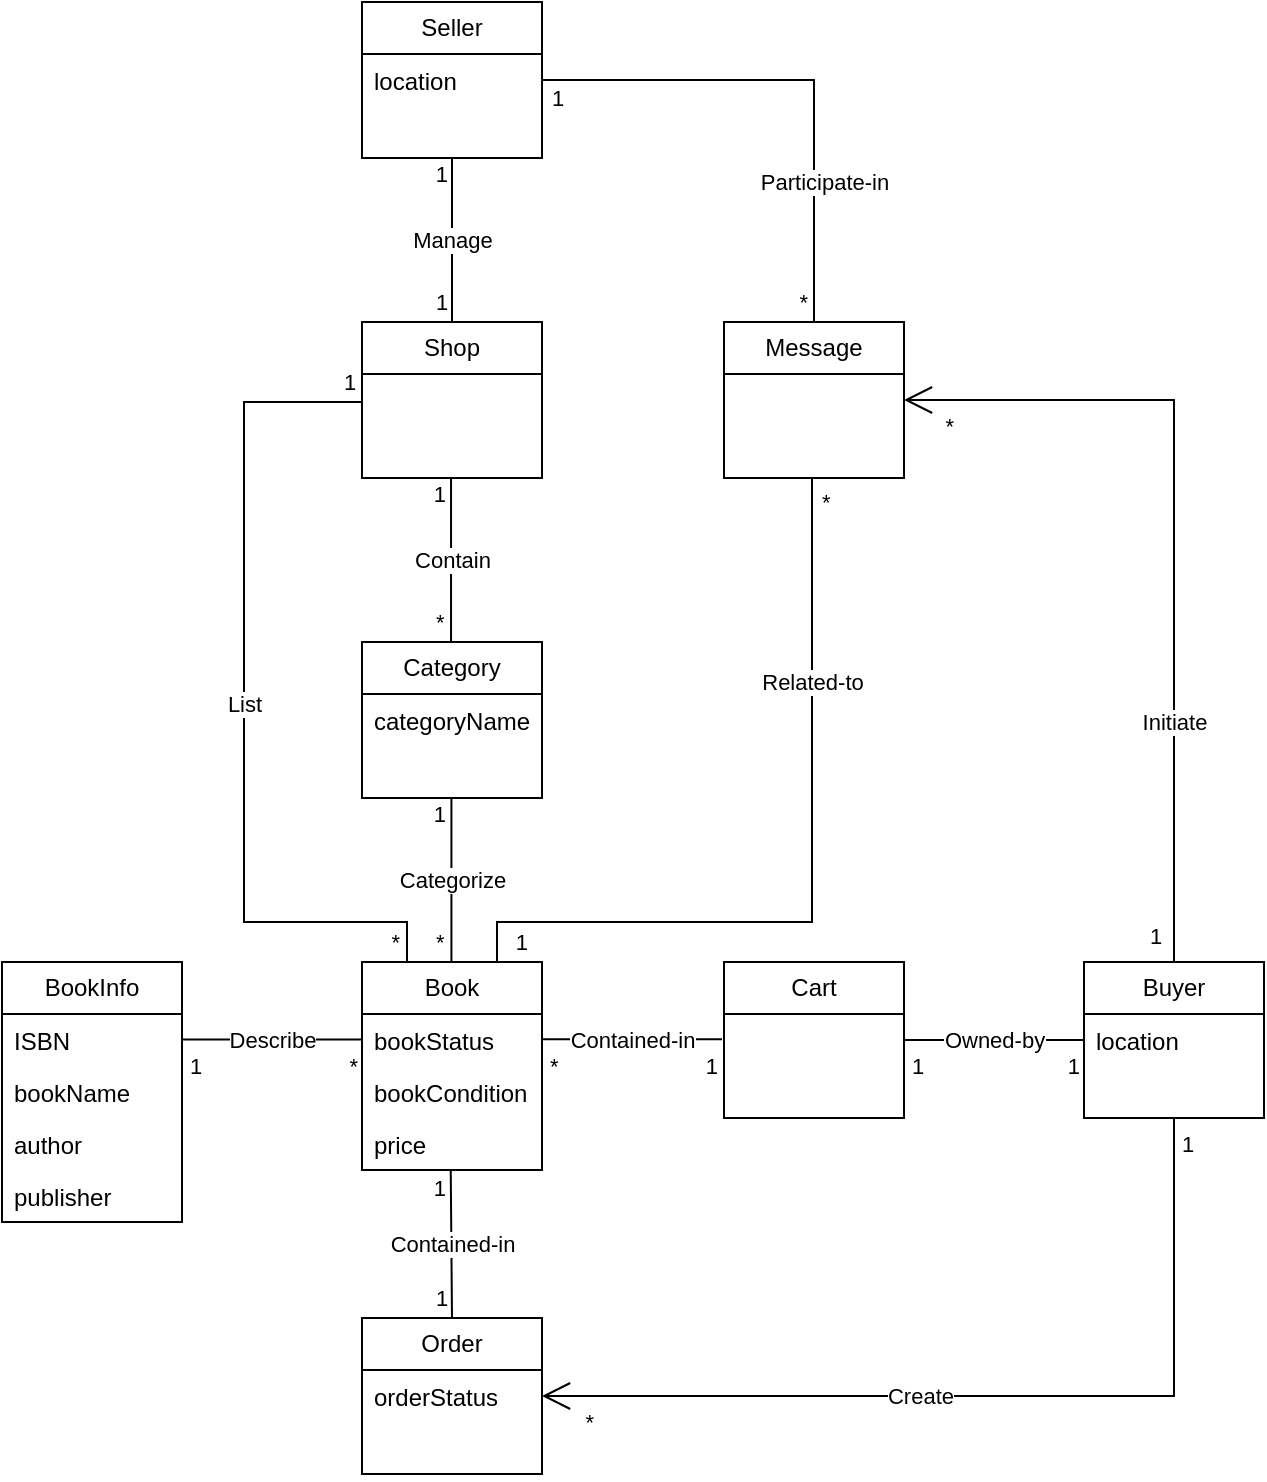
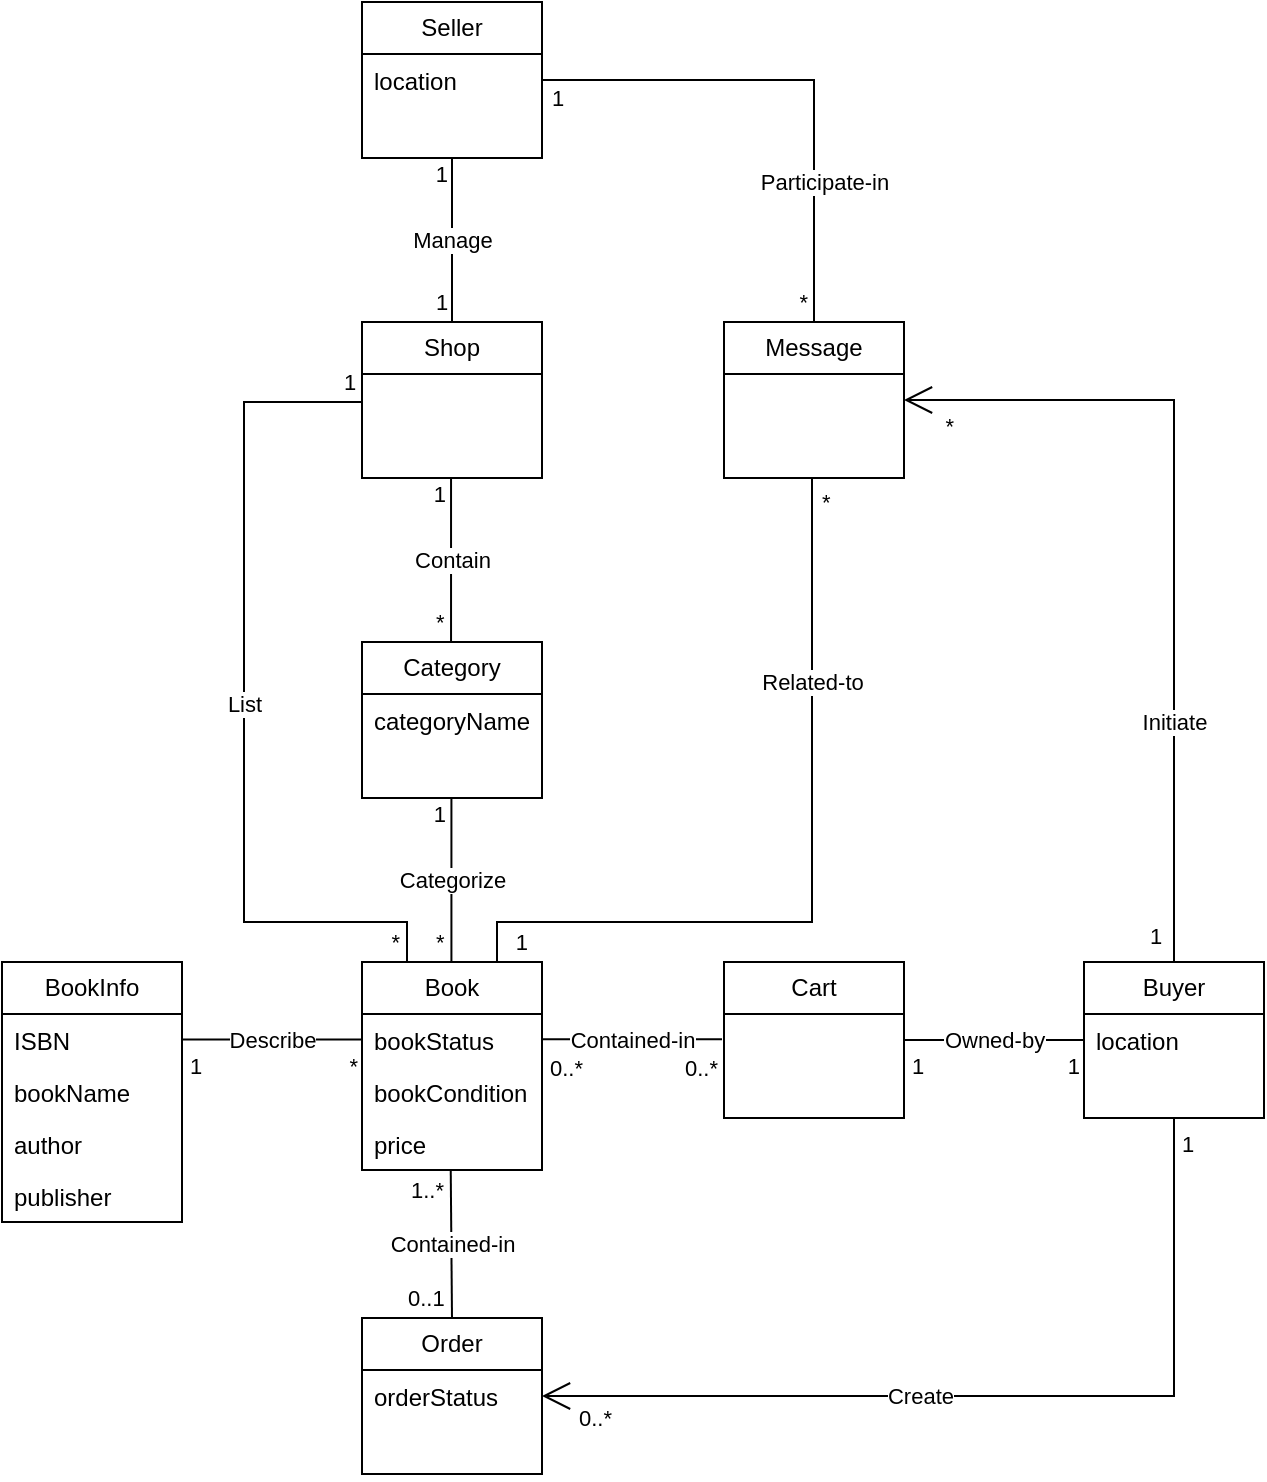
<mxfile host="app.diagrams.net">
  <diagram name="第 1 页" id="RCAoNjRS01Z3lIfcbTOO">
-     <mxGraphModel grid="1" page="1" gridSize="10" guides="1" tooltips="1" connect="1" arrows="1" fold="1" pageScale="1" pageWidth="827" pageHeight="1169" math="0" shadow="0">
+     <mxGraphModel dx="796" dy="497" grid="1" gridSize="10" guides="1" tooltips="1" connect="1" arrows="1" fold="1" page="1" pageScale="1" pageWidth="827" pageHeight="1169" math="0" shadow="0">
      <root>
        <mxCell id="0" />
        <mxCell id="1" parent="0" />
        <mxCell id="iLEGEHv-uXXGgKctzIfk-14" parent="1" style="swimlane;fontStyle=0;childLayout=stackLayout;horizontal=1;startSize=26;fillColor=none;horizontalStack=0;resizeParent=1;resizeParentMax=0;resizeLast=0;collapsible=1;marginBottom=0;whiteSpace=wrap;html=1;container=0;" value="Buyer" vertex="1">
          <mxGeometry height="78" width="90" x="680" y="520" as="geometry" />
        </mxCell>
        <mxCell id="iLEGEHv-uXXGgKctzIfk-127" parent="iLEGEHv-uXXGgKctzIfk-14" style="text;strokeColor=none;fillColor=none;align=left;verticalAlign=top;spacingLeft=4;spacingRight=4;overflow=hidden;rotatable=0;points=[[0,0.5],[1,0.5]];portConstraint=eastwest;whiteSpace=wrap;html=1;" value="location" vertex="1">
          <mxGeometry height="26" width="90" y="26" as="geometry" />
        </mxCell>
        <mxCell id="iLEGEHv-uXXGgKctzIfk-128" parent="iLEGEHv-uXXGgKctzIfk-14" style="text;strokeColor=none;fillColor=none;align=left;verticalAlign=top;spacingLeft=4;spacingRight=4;overflow=hidden;rotatable=0;points=[[0,0.5],[1,0.5]];portConstraint=eastwest;whiteSpace=wrap;html=1;" value="&amp;nbsp;" vertex="1">
          <mxGeometry height="26" width="90" y="52" as="geometry" />
        </mxCell>
        <mxCell id="iLEGEHv-uXXGgKctzIfk-17" parent="1" style="swimlane;fontStyle=0;childLayout=stackLayout;horizontal=1;startSize=26;fillColor=none;horizontalStack=0;resizeParent=1;resizeParentMax=0;resizeLast=0;collapsible=1;marginBottom=0;whiteSpace=wrap;html=1;" value="Book" vertex="1">
          <mxGeometry height="104" width="90" x="319" y="520" as="geometry" />
        </mxCell>
        <mxCell id="iLEGEHv-uXXGgKctzIfk-18" parent="iLEGEHv-uXXGgKctzIfk-17" style="text;strokeColor=none;fillColor=none;align=left;verticalAlign=top;spacingLeft=4;spacingRight=4;overflow=hidden;rotatable=0;points=[[0,0.5],[1,0.5]];portConstraint=eastwest;whiteSpace=wrap;html=1;" value="bookStatus" vertex="1">
          <mxGeometry height="26" width="90" y="26" as="geometry" />
        </mxCell>
        <mxCell id="iLEGEHv-uXXGgKctzIfk-19" parent="iLEGEHv-uXXGgKctzIfk-17" style="text;strokeColor=none;fillColor=none;align=left;verticalAlign=top;spacingLeft=4;spacingRight=4;overflow=hidden;rotatable=0;points=[[0,0.5],[1,0.5]];portConstraint=eastwest;whiteSpace=wrap;html=1;" value="bookCondition" vertex="1">
          <mxGeometry height="26" width="90" y="52" as="geometry" />
        </mxCell>
        <mxCell id="iLEGEHv-uXXGgKctzIfk-129" parent="iLEGEHv-uXXGgKctzIfk-17" style="text;strokeColor=none;fillColor=none;align=left;verticalAlign=top;spacingLeft=4;spacingRight=4;overflow=hidden;rotatable=0;points=[[0,0.5],[1,0.5]];portConstraint=eastwest;whiteSpace=wrap;html=1;" value="price" vertex="1">
          <mxGeometry height="26" width="90" y="78" as="geometry" />
        </mxCell>
        <mxCell id="iLEGEHv-uXXGgKctzIfk-20" parent="1" style="swimlane;fontStyle=0;childLayout=stackLayout;horizontal=1;startSize=26;fillColor=none;horizontalStack=0;resizeParent=1;resizeParentMax=0;resizeLast=0;collapsible=1;marginBottom=0;whiteSpace=wrap;html=1;" value="BookInfo" vertex="1">
          <mxGeometry height="130" width="90" x="139" y="520" as="geometry" />
        </mxCell>
        <mxCell id="iLEGEHv-uXXGgKctzIfk-21" parent="iLEGEHv-uXXGgKctzIfk-20" style="text;strokeColor=none;fillColor=none;align=left;verticalAlign=top;spacingLeft=4;spacingRight=4;overflow=hidden;rotatable=0;points=[[0,0.5],[1,0.5]];portConstraint=eastwest;whiteSpace=wrap;html=1;" value="ISBN" vertex="1">
          <mxGeometry height="26" width="90" y="26" as="geometry" />
        </mxCell>
        <mxCell id="iLEGEHv-uXXGgKctzIfk-22" parent="iLEGEHv-uXXGgKctzIfk-20" style="text;strokeColor=none;fillColor=none;align=left;verticalAlign=top;spacingLeft=4;spacingRight=4;overflow=hidden;rotatable=0;points=[[0,0.5],[1,0.5]];portConstraint=eastwest;whiteSpace=wrap;html=1;" value="bookName" vertex="1">
          <mxGeometry height="26" width="90" y="52" as="geometry" />
        </mxCell>
        <mxCell id="iLEGEHv-uXXGgKctzIfk-130" parent="iLEGEHv-uXXGgKctzIfk-20" style="text;strokeColor=none;fillColor=none;align=left;verticalAlign=top;spacingLeft=4;spacingRight=4;overflow=hidden;rotatable=0;points=[[0,0.5],[1,0.5]];portConstraint=eastwest;whiteSpace=wrap;html=1;" value="author" vertex="1">
          <mxGeometry height="26" width="90" y="78" as="geometry" />
        </mxCell>
        <mxCell id="iLEGEHv-uXXGgKctzIfk-131" parent="iLEGEHv-uXXGgKctzIfk-20" style="text;strokeColor=none;fillColor=none;align=left;verticalAlign=top;spacingLeft=4;spacingRight=4;overflow=hidden;rotatable=0;points=[[0,0.5],[1,0.5]];portConstraint=eastwest;whiteSpace=wrap;html=1;" value="publisher" vertex="1">
          <mxGeometry height="26" width="90" y="104" as="geometry" />
        </mxCell>
        <mxCell id="iLEGEHv-uXXGgKctzIfk-23" parent="1" style="swimlane;fontStyle=0;childLayout=stackLayout;horizontal=1;startSize=26;fillColor=none;horizontalStack=0;resizeParent=1;resizeParentMax=0;resizeLast=0;collapsible=1;marginBottom=0;whiteSpace=wrap;html=1;" value="Message" vertex="1">
          <mxGeometry height="78" width="90" x="500" y="200" as="geometry" />
        </mxCell>
        <mxCell id="iLEGEHv-uXXGgKctzIfk-24" parent="iLEGEHv-uXXGgKctzIfk-23" style="text;strokeColor=none;fillColor=none;align=left;verticalAlign=top;spacingLeft=4;spacingRight=4;overflow=hidden;rotatable=0;points=[[0,0.5],[1,0.5]];portConstraint=eastwest;whiteSpace=wrap;html=1;" value="&amp;nbsp;" vertex="1">
          <mxGeometry height="26" width="90" y="26" as="geometry" />
        </mxCell>
        <mxCell id="iLEGEHv-uXXGgKctzIfk-25" parent="iLEGEHv-uXXGgKctzIfk-23" style="text;strokeColor=none;fillColor=none;align=left;verticalAlign=top;spacingLeft=4;spacingRight=4;overflow=hidden;rotatable=0;points=[[0,0.5],[1,0.5]];portConstraint=eastwest;whiteSpace=wrap;html=1;" value="&amp;nbsp;" vertex="1">
          <mxGeometry height="26" width="90" y="52" as="geometry" />
        </mxCell>
        <mxCell id="iLEGEHv-uXXGgKctzIfk-26" parent="1" style="swimlane;fontStyle=0;childLayout=stackLayout;horizontal=1;startSize=26;fillColor=none;horizontalStack=0;resizeParent=1;resizeParentMax=0;resizeLast=0;collapsible=1;marginBottom=0;whiteSpace=wrap;html=1;" value="Shop" vertex="1">
          <mxGeometry height="78" width="90" x="319" y="200" as="geometry" />
        </mxCell>
        <mxCell id="iLEGEHv-uXXGgKctzIfk-27" parent="iLEGEHv-uXXGgKctzIfk-26" style="text;strokeColor=none;fillColor=none;align=left;verticalAlign=top;spacingLeft=4;spacingRight=4;overflow=hidden;rotatable=0;points=[[0,0.5],[1,0.5]];portConstraint=eastwest;whiteSpace=wrap;html=1;" value="&amp;nbsp;" vertex="1">
          <mxGeometry height="26" width="90" y="26" as="geometry" />
        </mxCell>
        <mxCell id="iLEGEHv-uXXGgKctzIfk-28" parent="iLEGEHv-uXXGgKctzIfk-26" style="text;strokeColor=none;fillColor=none;align=left;verticalAlign=top;spacingLeft=4;spacingRight=4;overflow=hidden;rotatable=0;points=[[0,0.5],[1,0.5]];portConstraint=eastwest;whiteSpace=wrap;html=1;" value="&amp;nbsp;" vertex="1">
          <mxGeometry height="26" width="90" y="52" as="geometry" />
        </mxCell>
        <mxCell id="iLEGEHv-uXXGgKctzIfk-29" parent="1" style="swimlane;fontStyle=0;childLayout=stackLayout;horizontal=1;startSize=26;fillColor=none;horizontalStack=0;resizeParent=1;resizeParentMax=0;resizeLast=0;collapsible=1;marginBottom=0;whiteSpace=wrap;html=1;" value="Category" vertex="1">
          <mxGeometry height="78" width="90" x="319" y="360" as="geometry" />
        </mxCell>
        <mxCell id="iLEGEHv-uXXGgKctzIfk-30" parent="iLEGEHv-uXXGgKctzIfk-29" style="text;strokeColor=none;fillColor=none;align=left;verticalAlign=top;spacingLeft=4;spacingRight=4;overflow=hidden;rotatable=0;points=[[0,0.5],[1,0.5]];portConstraint=eastwest;whiteSpace=wrap;html=1;" value="categoryName" vertex="1">
          <mxGeometry height="26" width="90" y="26" as="geometry" />
        </mxCell>
        <mxCell id="iLEGEHv-uXXGgKctzIfk-31" parent="iLEGEHv-uXXGgKctzIfk-29" style="text;strokeColor=none;fillColor=none;align=left;verticalAlign=top;spacingLeft=4;spacingRight=4;overflow=hidden;rotatable=0;points=[[0,0.5],[1,0.5]];portConstraint=eastwest;whiteSpace=wrap;html=1;" value="&amp;nbsp;" vertex="1">
          <mxGeometry height="26" width="90" y="52" as="geometry" />
        </mxCell>
        <mxCell id="iLEGEHv-uXXGgKctzIfk-32" parent="1" style="swimlane;fontStyle=0;childLayout=stackLayout;horizontal=1;startSize=26;fillColor=none;horizontalStack=0;resizeParent=1;resizeParentMax=0;resizeLast=0;collapsible=1;marginBottom=0;whiteSpace=wrap;html=1;" value="Cart" vertex="1">
          <mxGeometry height="78" width="90" x="500" y="520" as="geometry" />
        </mxCell>
        <mxCell id="iLEGEHv-uXXGgKctzIfk-33" parent="iLEGEHv-uXXGgKctzIfk-32" style="text;strokeColor=none;fillColor=none;align=left;verticalAlign=top;spacingLeft=4;spacingRight=4;overflow=hidden;rotatable=0;points=[[0,0.5],[1,0.5]];portConstraint=eastwest;whiteSpace=wrap;html=1;" value="&amp;nbsp;" vertex="1">
          <mxGeometry height="26" width="90" y="26" as="geometry" />
        </mxCell>
        <mxCell id="iLEGEHv-uXXGgKctzIfk-34" parent="iLEGEHv-uXXGgKctzIfk-32" style="text;strokeColor=none;fillColor=none;align=left;verticalAlign=top;spacingLeft=4;spacingRight=4;overflow=hidden;rotatable=0;points=[[0,0.5],[1,0.5]];portConstraint=eastwest;whiteSpace=wrap;html=1;" value="&amp;nbsp;" vertex="1">
          <mxGeometry height="26" width="90" y="52" as="geometry" />
        </mxCell>
        <mxCell id="iLEGEHv-uXXGgKctzIfk-35" parent="1" style="swimlane;fontStyle=0;childLayout=stackLayout;horizontal=1;startSize=26;fillColor=none;horizontalStack=0;resizeParent=1;resizeParentMax=0;resizeLast=0;collapsible=1;marginBottom=0;whiteSpace=wrap;html=1;" value="Order" vertex="1">
          <mxGeometry height="78" width="90" x="319" y="698" as="geometry" />
        </mxCell>
        <mxCell id="iLEGEHv-uXXGgKctzIfk-36" parent="iLEGEHv-uXXGgKctzIfk-35" style="text;strokeColor=none;fillColor=none;align=left;verticalAlign=top;spacingLeft=4;spacingRight=4;overflow=hidden;rotatable=0;points=[[0,0.5],[1,0.5]];portConstraint=eastwest;whiteSpace=wrap;html=1;" value="orderStatus" vertex="1">
          <mxGeometry height="26" width="90" y="26" as="geometry" />
        </mxCell>
        <mxCell id="iLEGEHv-uXXGgKctzIfk-37" parent="iLEGEHv-uXXGgKctzIfk-35" style="text;strokeColor=none;fillColor=none;align=left;verticalAlign=top;spacingLeft=4;spacingRight=4;overflow=hidden;rotatable=0;points=[[0,0.5],[1,0.5]];portConstraint=eastwest;whiteSpace=wrap;html=1;" value="&amp;nbsp;" vertex="1">
          <mxGeometry height="26" width="90" y="52" as="geometry" />
        </mxCell>
        <mxCell id="iLEGEHv-uXXGgKctzIfk-10" parent="1" style="swimlane;fontStyle=0;childLayout=stackLayout;horizontal=1;startSize=26;fillColor=none;horizontalStack=0;resizeParent=1;resizeParentMax=0;resizeLast=0;collapsible=1;marginBottom=0;whiteSpace=wrap;html=1;movable=1;resizable=1;rotatable=1;deletable=1;editable=1;locked=0;connectable=1;container=0;" value="Seller" vertex="1">
          <mxGeometry height="78" width="90" x="319" y="40" as="geometry" />
        </mxCell>
        <mxCell id="iLEGEHv-uXXGgKctzIfk-11" parent="iLEGEHv-uXXGgKctzIfk-10" style="text;strokeColor=none;fillColor=none;align=left;verticalAlign=top;spacingLeft=4;spacingRight=4;overflow=hidden;rotatable=1;points=[[0,0.5],[1,0.5]];portConstraint=eastwest;whiteSpace=wrap;html=1;movable=1;resizable=1;deletable=1;editable=1;locked=0;connectable=1;container=0;" value="location" vertex="1">
          <mxGeometry height="26" width="90" y="26" as="geometry" />
        </mxCell>
        <mxCell id="iLEGEHv-uXXGgKctzIfk-39" parent="iLEGEHv-uXXGgKctzIfk-10" style="text;strokeColor=none;fillColor=none;align=left;verticalAlign=top;spacingLeft=4;spacingRight=4;overflow=hidden;rotatable=1;points=[[0,0.5],[1,0.5]];portConstraint=eastwest;whiteSpace=wrap;html=1;movable=1;resizable=1;deletable=1;editable=1;locked=0;connectable=1;container=0;" value="&amp;nbsp;" vertex="1">
          <mxGeometry height="26" width="90" y="52" as="geometry" />
        </mxCell>
        <mxCell id="iLEGEHv-uXXGgKctzIfk-87" edge="1" parent="1" source="iLEGEHv-uXXGgKctzIfk-26" style="endArrow=none;html=1;endSize=12;startArrow=none;startSize=14;startFill=0;rounded=0;endFill=0;exitX=0.5;exitY=0;exitDx=0;exitDy=0;" target="iLEGEHv-uXXGgKctzIfk-39" value="Manage">
          <mxGeometry relative="1" as="geometry">
            <mxPoint x="250" y="160" as="sourcePoint" />
            <mxPoint x="410" y="160" as="targetPoint" />
          </mxGeometry>
        </mxCell>
        <mxCell id="iLEGEHv-uXXGgKctzIfk-88" connectable="0" parent="iLEGEHv-uXXGgKctzIfk-87" style="edgeLabel;resizable=0;html=1;align=left;verticalAlign=top;" value="1" vertex="1">
          <mxGeometry relative="1" x="-1" as="geometry">
            <mxPoint x="-10" y="-23" as="offset" />
          </mxGeometry>
        </mxCell>
        <mxCell id="iLEGEHv-uXXGgKctzIfk-89" connectable="0" parent="iLEGEHv-uXXGgKctzIfk-87" style="edgeLabel;resizable=0;html=1;align=right;verticalAlign=top;" value="1" vertex="1">
          <mxGeometry relative="1" x="1" as="geometry">
            <mxPoint x="-2" y="-5" as="offset" />
          </mxGeometry>
        </mxCell>
        <mxCell id="iLEGEHv-uXXGgKctzIfk-90" edge="1" parent="1" style="endArrow=none;html=1;endSize=12;startArrow=none;startSize=14;startFill=0;rounded=0;endFill=0;exitX=0.5;exitY=0;exitDx=0;exitDy=0;" value="Contain">
          <mxGeometry relative="1" as="geometry">
            <mxPoint x="363.52" y="360" as="sourcePoint" />
            <mxPoint x="363.52" y="278" as="targetPoint" />
          </mxGeometry>
        </mxCell>
        <mxCell id="iLEGEHv-uXXGgKctzIfk-91" connectable="0" parent="iLEGEHv-uXXGgKctzIfk-90" style="edgeLabel;resizable=0;html=1;align=left;verticalAlign=top;" value="*" vertex="1">
          <mxGeometry relative="1" x="-1" as="geometry">
            <mxPoint x="-10" y="-23" as="offset" />
          </mxGeometry>
        </mxCell>
        <mxCell id="iLEGEHv-uXXGgKctzIfk-92" connectable="0" parent="iLEGEHv-uXXGgKctzIfk-90" style="edgeLabel;resizable=0;html=1;align=right;verticalAlign=top;" value="1" vertex="1">
          <mxGeometry relative="1" x="1" as="geometry">
            <mxPoint x="-2" y="-5" as="offset" />
          </mxGeometry>
        </mxCell>
        <mxCell id="iLEGEHv-uXXGgKctzIfk-93" edge="1" parent="1" style="endArrow=none;html=1;endSize=12;startArrow=none;startSize=14;startFill=0;rounded=0;endFill=0;exitX=0.5;exitY=0;exitDx=0;exitDy=0;" value="Categorize">
          <mxGeometry relative="1" as="geometry">
            <mxPoint x="363.71" y="520" as="sourcePoint" />
            <mxPoint x="363.71" y="438" as="targetPoint" />
          </mxGeometry>
        </mxCell>
        <mxCell id="iLEGEHv-uXXGgKctzIfk-94" connectable="0" parent="iLEGEHv-uXXGgKctzIfk-93" style="edgeLabel;resizable=0;html=1;align=left;verticalAlign=top;" value="*" vertex="1">
          <mxGeometry relative="1" x="-1" as="geometry">
            <mxPoint x="-10" y="-23" as="offset" />
          </mxGeometry>
        </mxCell>
        <mxCell id="iLEGEHv-uXXGgKctzIfk-95" connectable="0" parent="iLEGEHv-uXXGgKctzIfk-93" style="edgeLabel;resizable=0;html=1;align=right;verticalAlign=top;" value="1" vertex="1">
          <mxGeometry relative="1" x="1" as="geometry">
            <mxPoint x="-2" y="-5" as="offset" />
          </mxGeometry>
        </mxCell>
        <mxCell id="iLEGEHv-uXXGgKctzIfk-96" edge="1" parent="1" source="iLEGEHv-uXXGgKctzIfk-35" style="endArrow=none;html=1;endSize=12;startArrow=none;startSize=14;startFill=0;rounded=0;endFill=0;exitX=0.5;exitY=0;exitDx=0;exitDy=0;entryX=0.493;entryY=1.015;entryDx=0;entryDy=0;entryPerimeter=0;" target="iLEGEHv-uXXGgKctzIfk-129" value="Contained-in">
          <mxGeometry relative="1" as="geometry">
            <mxPoint x="363.5" y="680" as="sourcePoint" />
            <mxPoint x="364" y="630" as="targetPoint" />
          </mxGeometry>
        </mxCell>
-         <mxCell id="iLEGEHv-uXXGgKctzIfk-97" connectable="0" parent="iLEGEHv-uXXGgKctzIfk-96" style="edgeLabel;resizable=0;html=1;align=left;verticalAlign=top;" value="1" vertex="1">
-           <mxGeometry relative="1" x="-1" as="geometry">
-             <mxPoint x="-10" y="-23" as="offset" />
-           </mxGeometry>
-         </mxCell>
-         <mxCell id="iLEGEHv-uXXGgKctzIfk-98" connectable="0" parent="iLEGEHv-uXXGgKctzIfk-96" style="edgeLabel;resizable=0;html=1;align=right;verticalAlign=top;" value="1" vertex="1">
-           <mxGeometry relative="1" x="1" as="geometry">
-             <mxPoint x="-2" y="-5" as="offset" />
+         <mxCell id="iLEGEHv-uXXGgKctzIfk-97" connectable="0" parent="iLEGEHv-uXXGgKctzIfk-96" style="edgeLabel;resizable=0;html=1;align=left;verticalAlign=top;" value="0..1" vertex="1">
+           <mxGeometry relative="1" x="-1" as="geometry">
+             <mxPoint x="-24" y="-23" as="offset" />
+           </mxGeometry>
+         </mxCell>
+         <mxCell id="iLEGEHv-uXXGgKctzIfk-98" connectable="0" parent="iLEGEHv-uXXGgKctzIfk-96" style="edgeLabel;resizable=0;html=1;align=right;verticalAlign=top;" value="1..*" vertex="1">
+           <mxGeometry relative="1" x="1" as="geometry">
+             <mxPoint x="-3" y="-4" as="offset" />
          </mxGeometry>
        </mxCell>
        <mxCell id="iLEGEHv-uXXGgKctzIfk-99" edge="1" parent="1" source="iLEGEHv-uXXGgKctzIfk-33" style="endArrow=none;html=1;endSize=12;startArrow=none;startSize=12;startFill=0;rounded=0;entryX=0;entryY=0.5;entryDx=0;entryDy=0;exitX=1;exitY=0.5;exitDx=0;exitDy=0;endFill=0;" target="iLEGEHv-uXXGgKctzIfk-14" value="Owned-by">
          <mxGeometry relative="1" as="geometry">
            <mxPoint x="630" y="570" as="sourcePoint" />
            <mxPoint x="670" y="560" as="targetPoint" />
          </mxGeometry>
        </mxCell>
        <mxCell id="iLEGEHv-uXXGgKctzIfk-100" connectable="0" parent="iLEGEHv-uXXGgKctzIfk-99" style="edgeLabel;resizable=0;html=1;align=left;verticalAlign=top;" value="1" vertex="1">
          <mxGeometry relative="1" x="-1" as="geometry">
            <mxPoint x="2" as="offset" />
          </mxGeometry>
        </mxCell>
        <mxCell id="iLEGEHv-uXXGgKctzIfk-101" connectable="0" parent="iLEGEHv-uXXGgKctzIfk-99" style="edgeLabel;resizable=0;html=1;align=right;verticalAlign=top;" value="1" vertex="1">
          <mxGeometry relative="1" x="1" as="geometry">
            <mxPoint x="-2" as="offset" />
          </mxGeometry>
        </mxCell>
        <mxCell id="iLEGEHv-uXXGgKctzIfk-102" edge="1" parent="1" style="endArrow=none;html=1;endSize=12;startArrow=none;startSize=12;startFill=0;rounded=0;entryX=0;entryY=0.5;entryDx=0;entryDy=0;exitX=1;exitY=0.5;exitDx=0;exitDy=0;endFill=0;" value="Contained-in">
          <mxGeometry relative="1" as="geometry">
            <mxPoint x="409" y="558.68" as="sourcePoint" />
            <mxPoint x="499" y="558.68" as="targetPoint" />
          </mxGeometry>
        </mxCell>
-         <mxCell id="iLEGEHv-uXXGgKctzIfk-103" connectable="0" parent="iLEGEHv-uXXGgKctzIfk-102" style="edgeLabel;resizable=0;html=1;align=left;verticalAlign=top;" value="*" vertex="1">
-           <mxGeometry relative="1" x="-1" as="geometry">
-             <mxPoint x="2" as="offset" />
-           </mxGeometry>
-         </mxCell>
-         <mxCell id="iLEGEHv-uXXGgKctzIfk-104" connectable="0" parent="iLEGEHv-uXXGgKctzIfk-102" style="edgeLabel;resizable=0;html=1;align=right;verticalAlign=top;" value="1" vertex="1">
-           <mxGeometry relative="1" x="1" as="geometry">
-             <mxPoint x="-2" as="offset" />
+         <mxCell id="iLEGEHv-uXXGgKctzIfk-103" connectable="0" parent="iLEGEHv-uXXGgKctzIfk-102" style="edgeLabel;resizable=0;html=1;align=left;verticalAlign=top;" value="0..*" vertex="1">
+           <mxGeometry relative="1" x="-1" as="geometry">
+             <mxPoint x="2" y="1" as="offset" />
+           </mxGeometry>
+         </mxCell>
+         <mxCell id="iLEGEHv-uXXGgKctzIfk-104" connectable="0" parent="iLEGEHv-uXXGgKctzIfk-102" style="edgeLabel;resizable=0;html=1;align=right;verticalAlign=top;" value="0..*" vertex="1">
+           <mxGeometry relative="1" x="1" as="geometry">
+             <mxPoint x="-2" y="1" as="offset" />
          </mxGeometry>
        </mxCell>
        <mxCell id="iLEGEHv-uXXGgKctzIfk-105" edge="1" parent="1" style="endArrow=none;html=1;endSize=12;startArrow=none;startSize=12;startFill=0;rounded=0;entryX=0;entryY=0.5;entryDx=0;entryDy=0;exitX=1;exitY=0.5;exitDx=0;exitDy=0;endFill=0;" value="Describe">
          <mxGeometry relative="1" as="geometry">
            <mxPoint x="229" y="558.71" as="sourcePoint" />
            <mxPoint x="319" y="558.71" as="targetPoint" />
          </mxGeometry>
        </mxCell>
        <mxCell id="iLEGEHv-uXXGgKctzIfk-106" connectable="0" parent="iLEGEHv-uXXGgKctzIfk-105" style="edgeLabel;resizable=0;html=1;align=left;verticalAlign=top;" value="1" vertex="1">
          <mxGeometry relative="1" x="-1" as="geometry">
            <mxPoint x="2" as="offset" />
          </mxGeometry>
        </mxCell>
        <mxCell id="iLEGEHv-uXXGgKctzIfk-107" connectable="0" parent="iLEGEHv-uXXGgKctzIfk-105" style="edgeLabel;resizable=0;html=1;align=right;verticalAlign=top;" value="*" vertex="1">
          <mxGeometry relative="1" x="1" as="geometry">
            <mxPoint x="-2" as="offset" />
          </mxGeometry>
        </mxCell>
        <mxCell id="iLEGEHv-uXXGgKctzIfk-108" edge="1" parent="1" source="iLEGEHv-uXXGgKctzIfk-14" style="endArrow=open;html=1;endSize=12;startArrow=none;startSize=14;startFill=0;edgeStyle=orthogonalEdgeStyle;rounded=0;entryX=1;entryY=0.5;entryDx=0;entryDy=0;exitX=0.5;exitY=0;exitDx=0;exitDy=0;" target="iLEGEHv-uXXGgKctzIfk-24" value="Initiate">
          <mxGeometry relative="1" x="-0.4231" as="geometry">
            <mxPoint as="offset" />
            <mxPoint x="480" y="360" as="sourcePoint" />
            <mxPoint x="640" y="360" as="targetPoint" />
          </mxGeometry>
        </mxCell>
        <mxCell id="iLEGEHv-uXXGgKctzIfk-109" connectable="0" parent="iLEGEHv-uXXGgKctzIfk-108" style="edgeLabel;resizable=0;html=1;align=left;verticalAlign=top;" value="1" vertex="1">
          <mxGeometry relative="1" x="-1" as="geometry">
            <mxPoint x="-14" y="-26" as="offset" />
          </mxGeometry>
        </mxCell>
        <mxCell id="iLEGEHv-uXXGgKctzIfk-110" connectable="0" parent="iLEGEHv-uXXGgKctzIfk-108" style="edgeLabel;resizable=0;html=1;align=right;verticalAlign=top;" value="*" vertex="1">
          <mxGeometry relative="1" x="1" as="geometry">
            <mxPoint x="25" as="offset" />
          </mxGeometry>
        </mxCell>
        <mxCell id="iLEGEHv-uXXGgKctzIfk-111" edge="1" parent="1" source="iLEGEHv-uXXGgKctzIfk-11" style="endArrow=none;html=1;endSize=12;startArrow=none;startSize=14;startFill=0;edgeStyle=orthogonalEdgeStyle;rounded=0;exitX=1;exitY=0.5;exitDx=0;exitDy=0;entryX=0.5;entryY=0;entryDx=0;entryDy=0;endFill=0;" target="iLEGEHv-uXXGgKctzIfk-23" value="Participate-in">
          <mxGeometry relative="1" x="0.4553" y="5" as="geometry">
            <mxPoint as="offset" />
            <mxPoint x="320" y="150" as="sourcePoint" />
            <mxPoint x="480" y="150" as="targetPoint" />
          </mxGeometry>
        </mxCell>
        <mxCell id="iLEGEHv-uXXGgKctzIfk-112" connectable="0" parent="iLEGEHv-uXXGgKctzIfk-111" style="edgeLabel;resizable=0;html=1;align=left;verticalAlign=top;" value="1" vertex="1">
          <mxGeometry relative="1" x="-1" as="geometry">
            <mxPoint x="3" y="-4" as="offset" />
          </mxGeometry>
        </mxCell>
        <mxCell id="iLEGEHv-uXXGgKctzIfk-113" connectable="0" parent="iLEGEHv-uXXGgKctzIfk-111" style="edgeLabel;resizable=0;html=1;align=right;verticalAlign=top;" value="*" vertex="1">
          <mxGeometry relative="1" x="1" as="geometry">
            <mxPoint x="-3" y="-23" as="offset" />
          </mxGeometry>
        </mxCell>
        <mxCell id="iLEGEHv-uXXGgKctzIfk-114" edge="1" parent="1" source="iLEGEHv-uXXGgKctzIfk-25" style="endArrow=none;html=1;endSize=12;startArrow=none;startSize=14;startFill=0;edgeStyle=orthogonalEdgeStyle;rounded=0;entryX=0.75;entryY=0;entryDx=0;entryDy=0;endFill=0;" target="iLEGEHv-uXXGgKctzIfk-17" value="Related-to">
          <mxGeometry relative="1" x="-0.4913" as="geometry">
            <mxPoint as="offset" />
            <Array as="points">
              <mxPoint x="544" y="500" />
              <mxPoint x="386" y="500" />
            </Array>
            <mxPoint x="280" y="420" as="sourcePoint" />
            <mxPoint x="440" y="420" as="targetPoint" />
          </mxGeometry>
        </mxCell>
        <mxCell id="iLEGEHv-uXXGgKctzIfk-115" connectable="0" parent="iLEGEHv-uXXGgKctzIfk-114" style="edgeLabel;resizable=0;html=1;align=left;verticalAlign=top;" value="*" vertex="1">
          <mxGeometry relative="1" x="-1" as="geometry">
            <mxPoint x="3" y="-1" as="offset" />
          </mxGeometry>
        </mxCell>
        <mxCell id="iLEGEHv-uXXGgKctzIfk-116" connectable="0" parent="iLEGEHv-uXXGgKctzIfk-114" style="edgeLabel;resizable=0;html=1;align=right;verticalAlign=top;" value="1" vertex="1">
          <mxGeometry relative="1" x="1" as="geometry">
            <mxPoint x="16" y="-23" as="offset" />
          </mxGeometry>
        </mxCell>
        <mxCell id="iLEGEHv-uXXGgKctzIfk-118" edge="1" parent="1" source="iLEGEHv-uXXGgKctzIfk-14" style="endArrow=open;html=1;endSize=12;startArrow=none;startSize=14;startFill=0;edgeStyle=orthogonalEdgeStyle;rounded=0;entryX=1;entryY=0.5;entryDx=0;entryDy=0;exitX=0.5;exitY=1;exitDx=0;exitDy=0;" target="iLEGEHv-uXXGgKctzIfk-36" value="Create">
          <mxGeometry relative="1" x="0.1716" as="geometry">
            <mxPoint as="offset" />
            <mxPoint x="180" y="530" as="sourcePoint" />
            <mxPoint x="340" y="530" as="targetPoint" />
          </mxGeometry>
        </mxCell>
        <mxCell id="iLEGEHv-uXXGgKctzIfk-119" connectable="0" parent="iLEGEHv-uXXGgKctzIfk-118" style="edgeLabel;resizable=0;html=1;align=left;verticalAlign=top;" value="1" vertex="1">
          <mxGeometry relative="1" x="-1" as="geometry">
            <mxPoint x="2" as="offset" />
          </mxGeometry>
        </mxCell>
-         <mxCell id="iLEGEHv-uXXGgKctzIfk-120" connectable="0" parent="iLEGEHv-uXXGgKctzIfk-118" style="edgeLabel;resizable=0;html=1;align=right;verticalAlign=top;" value="*" vertex="1">
-           <mxGeometry relative="1" x="1" as="geometry">
-             <mxPoint x="26" as="offset" />
+         <mxCell id="iLEGEHv-uXXGgKctzIfk-120" connectable="0" parent="iLEGEHv-uXXGgKctzIfk-118" style="edgeLabel;resizable=0;html=1;align=right;verticalAlign=top;" value="&lt;div&gt;0..*&lt;/div&gt;" vertex="1">
+           <mxGeometry relative="1" x="1" as="geometry">
+             <mxPoint x="35" y="-2" as="offset" />
          </mxGeometry>
        </mxCell>
        <mxCell id="8RQZtJZfD3IEJj-Id6Km-1" edge="1" parent="1" source="iLEGEHv-uXXGgKctzIfk-27" style="endArrow=none;html=1;endSize=12;startArrow=none;startSize=14;startFill=0;edgeStyle=orthogonalEdgeStyle;rounded=0;entryX=0.25;entryY=0;entryDx=0;entryDy=0;endFill=0;exitX=0;exitY=0.5;exitDx=0;exitDy=0;" target="iLEGEHv-uXXGgKctzIfk-17" value="List">
          <mxGeometry relative="1" as="geometry">
            <Array as="points">
              <mxPoint x="319" y="240" />
              <mxPoint x="260" y="240" />
              <mxPoint x="260" y="500" />
              <mxPoint x="342" y="500" />
            </Array>
            <mxPoint x="180" y="280" as="sourcePoint" />
            <mxPoint x="250" y="380" as="targetPoint" />
          </mxGeometry>
        </mxCell>
        <mxCell id="8RQZtJZfD3IEJj-Id6Km-2" connectable="0" parent="8RQZtJZfD3IEJj-Id6Km-1" style="edgeLabel;resizable=0;html=1;align=left;verticalAlign=top;" value="1" vertex="1">
          <mxGeometry relative="1" x="-1" as="geometry">
            <mxPoint x="-11" y="-22" as="offset" />
          </mxGeometry>
        </mxCell>
        <mxCell id="8RQZtJZfD3IEJj-Id6Km-3" connectable="0" parent="8RQZtJZfD3IEJj-Id6Km-1" style="edgeLabel;resizable=0;html=1;align=right;verticalAlign=top;" value="*" vertex="1">
          <mxGeometry relative="1" x="1" as="geometry">
            <mxPoint x="-3" y="-23" as="offset" />
          </mxGeometry>
        </mxCell>
      </root>
    </mxGraphModel>
  </diagram>
</mxfile>
